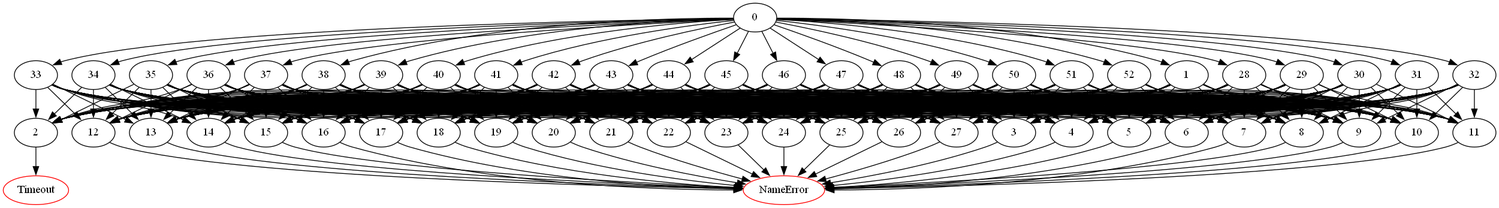
Earlier version of the Graphviz export DomainPicture/drcmoore.comdirected_graph.png (Asikl/MazeMapper). Its source is kept beside it as DomainPicture/drcmoore.comdirected_graph.dot.
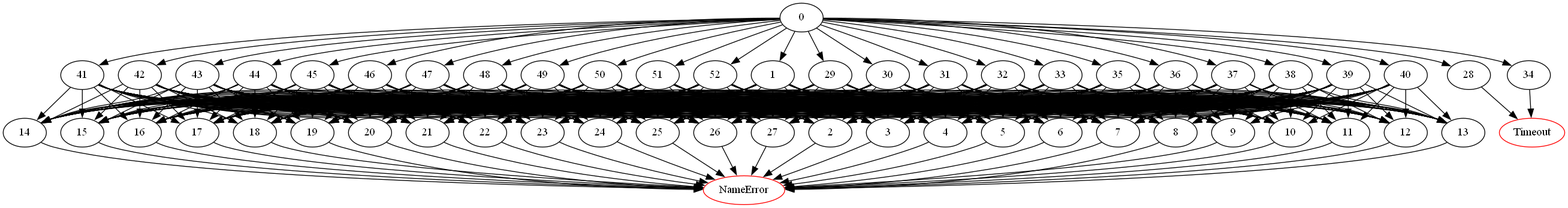
The same file after the commit.

What changed in the source:
```diff
@@ -51,8 +51,8 @@
 	1 -> 25;
 	1 -> 26;
 	1 -> 27;
-	2 -> "Timeout";
-Timeout [color=red];
+	2 -> "NameError";
+NameError [color=red];
 	3 -> "NameError";
 NameError [color=red];
 	4 -> "NameError";
@@ -103,32 +103,8 @@
 NameError [color=red];
 	27 -> "NameError";
 NameError [color=red];
-	28 -> 2;
-	28 -> 3;
-	28 -> 4;
-	28 -> 5;
-	28 -> 6;
-	28 -> 7;
-	28 -> 8;
-	28 -> 9;
-	28 -> 10;
-	28 -> 11;
-	28 -> 12;
-	28 -> 13;
-	28 -> 14;
-	28 -> 15;
-	28 -> 16;
-	28 -> 17;
-	28 -> 18;
-	28 -> 19;
-	28 -> 20;
-	28 -> 21;
-	28 -> 22;
-	28 -> 23;
-	28 -> 24;
-	28 -> 25;
-	28 -> 26;
-	28 -> 27;
+	28 -> "Timeout";
+Timeout [color=red];
 	29 -> 2;
 	29 -> 3;
 	29 -> 4;
@@ -259,32 +235,8 @@
 	33 -> 25;
 	33 -> 26;
 	33 -> 27;
-	34 -> 2;
-	34 -> 3;
-	34 -> 4;
-	34 -> 5;
-	34 -> 6;
-	34 -> 7;
-	34 -> 8;
-	34 -> 9;
-	34 -> 10;
-	34 -> 11;
-	34 -> 12;
-	34 -> 13;
-	34 -> 14;
-	34 -> 15;
-	34 -> 16;
-	34 -> 17;
-	34 -> 18;
-	34 -> 19;
-	34 -> 20;
-	34 -> 21;
-	34 -> 22;
-	34 -> 23;
-	34 -> 24;
-	34 -> 25;
-	34 -> 26;
-	34 -> 27;
+	34 -> "Timeout";
+Timeout [color=red];
 	35 -> 2;
 	35 -> 3;
 	35 -> 4;
```
